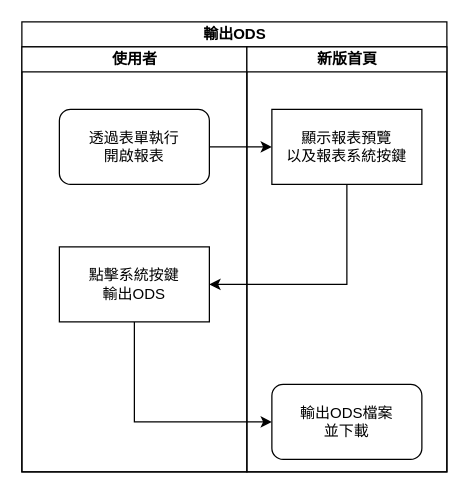
Before: page "點擊系統按鍵輸出ODS" (1 of 6) of 8.10.0/UPDATE/ITEM_22/RTE/diagram/新版首頁.drawio in ArcareRD/sadocs, a draw.io diagram. Source tidied: cells renumbered, new cells numbered last; positions are measured from the earlier drawing's top-left corner, leaving out a move shared by most shapes. Both pictures are drawn from the tidied source at 125%, with x=0, y=0 at pixel (21, 21).
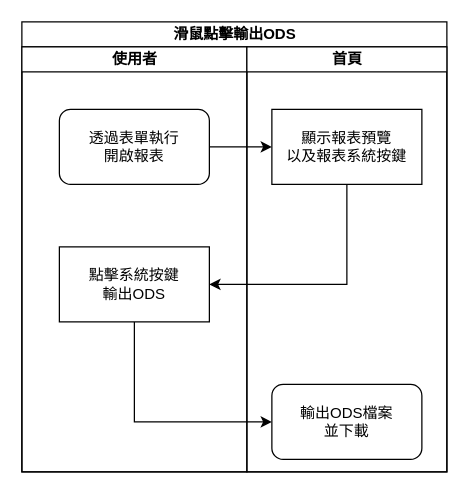
Above is the later version.

Diff of the diagram source:
```diff
@@
 <mxGraphModel>
   <root>
     <mxCell id="0" />
     <mxCell id="1" parent="0" />
-    <mxCell id="2" value="輸出ODS" style="swimlane;html=1;startSize=20;" parent="1" vertex="1">
+    <mxCell id="2" value="滑鼠點擊輸出ODS" style="swimlane;html=1;startSize=20;" parent="1" vertex="1">
       <mxGeometry width="340" height="360" as="geometry" />
     </mxCell>
     <mxCell id="3" value="使用者" style="swimlane;html=1;startSize=20;" parent="2" vertex="1">
       <mxGeometry y="20" width="180" height="340" as="geometry" />
     </mxCell>
     <mxCell id="4" value="透過表單執行&lt;br&gt;開啟報表" style="rounded=1;whiteSpace=wrap;html=1;" parent="3" vertex="1">
       <mxGeometry x="30" y="50" width="120" height="60" as="geometry" />
     </mxCell>
     <mxCell id="5" value="點擊系統按鍵&lt;br&gt;輸出ODS" style="whiteSpace=wrap;html=1;rounded=0;" parent="3" vertex="1">
       <mxGeometry x="30" y="160" width="120" height="60" as="geometry" />
     </mxCell>
-    <mxCell id="6" value="新版首頁" style="swimlane;html=1;startSize=20;" parent="2" vertex="1">
+    <mxCell id="6" value="首頁" style="swimlane;html=1;startSize=20;" parent="2" vertex="1">
       <mxGeometry x="180" y="20" width="160" height="340" as="geometry" />
     </mxCell>
     <mxCell id="7" value="顯示報表預覽&lt;br&gt;以及報表系統按鍵" style="rounded=0;whiteSpace=wrap;html=1;" parent="6" vertex="1">
       <mxGeometry x="20" y="50" width="120" height="60" as="geometry" />
     </mxCell>
     <mxCell id="8" value="輸出ODS檔案&lt;br&gt;並下載" style="rounded=1;whiteSpace=wrap;html=1;" parent="6" vertex="1">
       <mxGeometry x="20" y="270" width="120" height="60" as="geometry" />
     </mxCell>
     <mxCell id="9" style="edgeStyle=orthogonalEdgeStyle;rounded=0;jettySize=auto;html=1;" parent="2" edge="1" source="4" target="7">
       <mxGeometry relative="1" as="geometry" />
     </mxCell>
     <mxCell id="10" style="edgeStyle=orthogonalEdgeStyle;rounded=0;jettySize=auto;html=1;exitX=0.5;exitY=1;exitDx=0;exitDy=0;entryX=1;entryY=0.5;entryDx=0;entryDy=0;" parent="2" edge="1" source="7" target="5">
       <mxGeometry relative="1" as="geometry" />
     </mxCell>
     <mxCell id="11" style="edgeStyle=orthogonalEdgeStyle;rounded=0;jettySize=auto;html=1;entryX=0;entryY=0.5;entryDx=0;entryDy=0;exitX=0.5;exitY=1;exitDx=0;exitDy=0;" parent="2" edge="1" source="5" target="8">
       <mxGeometry relative="1" as="geometry" />
     </mxCell>
   </root>
 </mxGraphModel>
```
